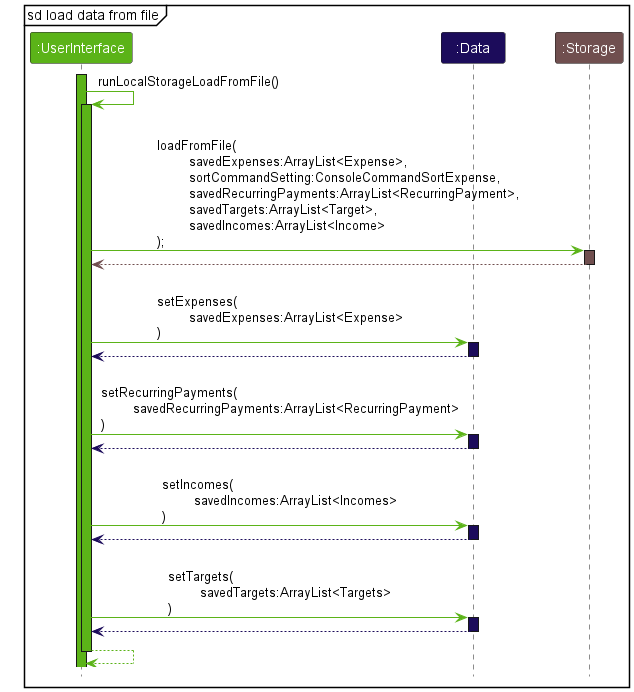
Before: docs/images/ComponentInteractionsSDLoadDataFromFile.png, a diagram exported from PlantUML (nus-cs2113-AY2223S1/tp).
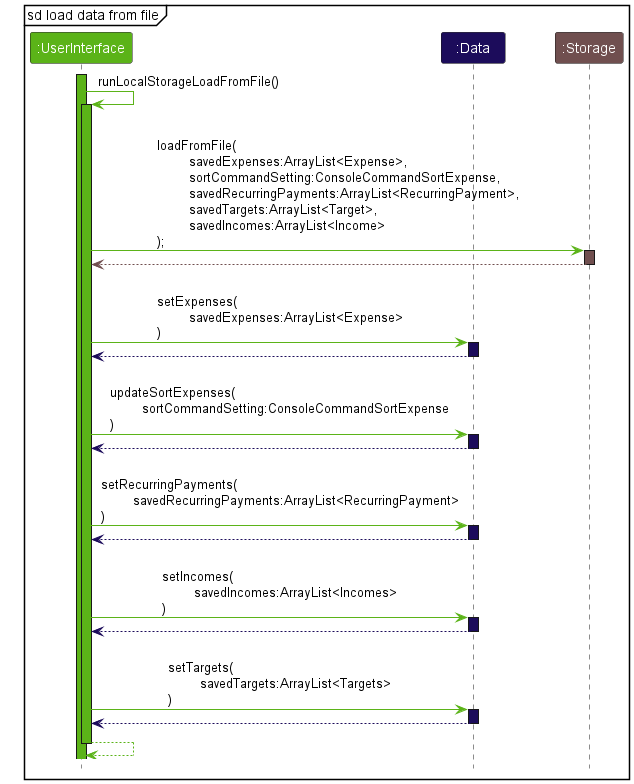
Above is the later version.

Commit message:
Add missing function call for load data from file sd

What changed in the source:
```diff
@@ -25,6 +25,12 @@
 Data --[DATA_COLOR_1]> UserInterface
 deactivate Data
 
+UserInterface -[USER_INTERFACE_COLOR_1]> Data : \lupdateSortExpenses(\n\tsortCommandSetting:ConsoleCommandSortExpense\n)
+activate Data DATA_COLOR_1
+
+Data --[DATA_COLOR_1]> UserInterface
+deactivate Data
+
 UserInterface -[USER_INTERFACE_COLOR_1]> Data : \lsetRecurringPayments(\n\tsavedRecurringPayments:ArrayList<RecurringPayment>\n)
 activate Data DATA_COLOR_1
 
```
